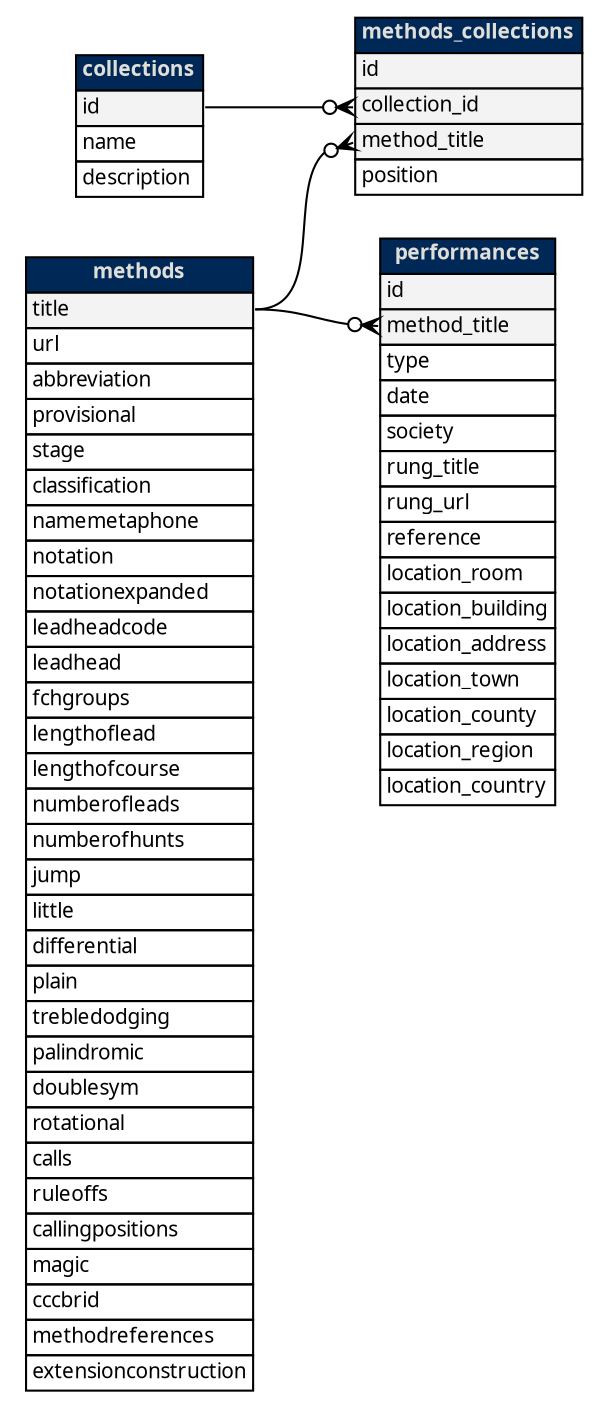
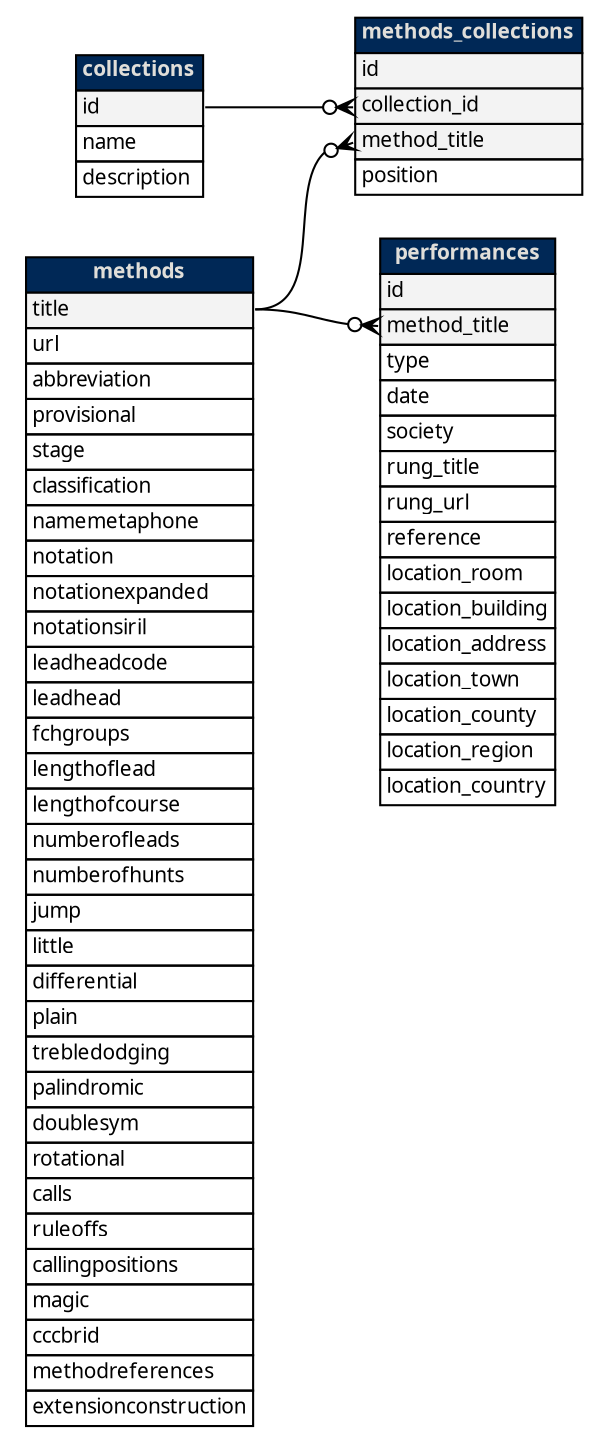
// Generated by SchemaSpy, then modified
digraph "largeRelationshipsDiagram" {
  graph [
    rankdir="RL"
    bgcolor="#FFFFFF"
    labeljust="l"
    nodesep="0.18"
    ranksep="0.46"
    fontname="Lucida Sans,sans-serif"
    fontsize="10"
  ];
  node [
    fontname="Lucida Sans,sans-serif"
    fontsize="10"
    shape="plaintext"
  ];
  edge [
    arrowsize="0.8"
  ];
  "collections" [
    label=<
    <TABLE BORDER="0" CELLBORDER="1" CELLSPACING="0" BGCOLOR="#ffffff">
      <TR><TD COLSPAN="3" BGCOLOR="#002856" ALIGN="CENTER"><FONT COLOR="#E0DED9"><B>collections</B></FONT></TD></TR>
      <TR><TD PORT="id" COLSPAN="3" BGCOLOR="#F3F3F3" ALIGN="LEFT">id</TD></TR>
      <TR><TD PORT="name" COLSPAN="3" ALIGN="LEFT">name</TD></TR>
      <TR><TD PORT="description" COLSPAN="3" ALIGN="LEFT">description</TD></TR>
    </TABLE>>
    URL="tables/collections.html"
    tooltip="collections"
  ];
  "methods" [
    label=<
    <TABLE BORDER="0" CELLBORDER="1" CELLSPACING="0" BGCOLOR="#ffffff">
      <TR><TD COLSPAN="3" BGCOLOR="#002856" ALIGN="CENTER"><FONT COLOR="#E0DED9"><B>methods</B></FONT></TD></TR>
      <TR><TD PORT="title" COLSPAN="3" BGCOLOR="#F3F3F3" ALIGN="LEFT">title</TD></TR>
      <TR><TD PORT="url" COLSPAN="3" ALIGN="LEFT">url</TD></TR>
      <TR><TD PORT="abbreviation" COLSPAN="3" ALIGN="LEFT">abbreviation</TD></TR>
      <TR><TD PORT="provisional" COLSPAN="3" ALIGN="LEFT">provisional</TD></TR>
      <TR><TD PORT="stage" COLSPAN="3" ALIGN="LEFT">stage</TD></TR>
      <TR><TD PORT="classification" COLSPAN="3" ALIGN="LEFT">classification</TD></TR>
      <TR><TD PORT="namemetaphone" COLSPAN="3" ALIGN="LEFT">namemetaphone</TD></TR>
      <TR><TD PORT="notation" COLSPAN="3" ALIGN="LEFT">notation</TD></TR>
      <TR><TD PORT="notationexpanded" COLSPAN="3" ALIGN="LEFT">notationexpanded</TD></TR>
+       <TR><TD PORT="notationsiril" COLSPAN="3" ALIGN="LEFT">notationsiril</TD></TR>
      <TR><TD PORT="leadheadcode" COLSPAN="3" ALIGN="LEFT">leadheadcode</TD></TR>
      <TR><TD PORT="leadhead" COLSPAN="3" ALIGN="LEFT">leadhead</TD></TR>
      <TR><TD PORT="fchgroups" COLSPAN="3" ALIGN="LEFT">fchgroups</TD></TR>
      <TR><TD PORT="lengthoflead" COLSPAN="3" ALIGN="LEFT">lengthoflead</TD></TR>
      <TR><TD PORT="lengthofcourse" COLSPAN="3" ALIGN="LEFT">lengthofcourse</TD></TR>
      <TR><TD PORT="numberofleads" COLSPAN="3" ALIGN="LEFT">numberofleads</TD></TR>
      <TR><TD PORT="numberofhunts" COLSPAN="3" ALIGN="LEFT">numberofhunts</TD></TR>
      <TR><TD PORT="jump" COLSPAN="3" ALIGN="LEFT">jump</TD></TR>
      <TR><TD PORT="little" COLSPAN="3" ALIGN="LEFT">little</TD></TR>
      <TR><TD PORT="differential" COLSPAN="3" ALIGN="LEFT">differential</TD></TR>
      <TR><TD PORT="plain" COLSPAN="3" ALIGN="LEFT">plain</TD></TR>
      <TR><TD PORT="trebledodging" COLSPAN="3" ALIGN="LEFT">trebledodging</TD></TR>
      <TR><TD PORT="palindromic" COLSPAN="3" ALIGN="LEFT">palindromic</TD></TR>
      <TR><TD PORT="doublesym" COLSPAN="3" ALIGN="LEFT">doublesym</TD></TR>
      <TR><TD PORT="rotational" COLSPAN="3" ALIGN="LEFT">rotational</TD></TR>
      <TR><TD PORT="calls" COLSPAN="3" ALIGN="LEFT">calls</TD></TR>
      <TR><TD PORT="ruleoffs" COLSPAN="3" ALIGN="LEFT">ruleoffs</TD></TR>
      <TR><TD PORT="callingpositions" COLSPAN="3" ALIGN="LEFT">callingpositions</TD></TR>
      <TR><TD PORT="magic" COLSPAN="3" ALIGN="LEFT">magic</TD></TR>
      <TR><TD PORT="cccbrid" COLSPAN="3" ALIGN="LEFT">cccbrid</TD></TR>
      <TR><TD PORT="methodreferences" COLSPAN="3" ALIGN="LEFT">methodreferences</TD></TR>
      <TR><TD PORT="extensionconstruction" COLSPAN="3" ALIGN="LEFT">extensionconstruction</TD></TR>
    </TABLE>>
    URL="tables/methods.html"
    tooltip="methods"
  ];
  "methods_collections" [
    label=<
    <TABLE BORDER="0" CELLBORDER="1" CELLSPACING="0" BGCOLOR="#ffffff">
      <TR><TD COLSPAN="3" BGCOLOR="#002856" ALIGN="CENTER"><FONT COLOR="#E0DED9"><B>methods_collections</B></FONT></TD></TR>
      <TR><TD PORT="id" COLSPAN="3" BGCOLOR="#F3F3F3" ALIGN="LEFT">id</TD></TR>
      <TR><TD PORT="collection_id" COLSPAN="3" BGCOLOR="#F3F3F3" ALIGN="LEFT">collection_id</TD></TR>
      <TR><TD PORT="method_title" COLSPAN="3" BGCOLOR="#F3F3F3" ALIGN="LEFT">method_title</TD></TR>
      <TR><TD PORT="position" COLSPAN="3" ALIGN="LEFT">position</TD></TR>
    </TABLE>>
    URL="tables/methods_collections.html"
    tooltip="methods_collections"
  ];
  "performances" [
    label=<
    <TABLE BORDER="0" CELLBORDER="1" CELLSPACING="0" BGCOLOR="#ffffff">
      <TR><TD COLSPAN="3" BGCOLOR="#002856" ALIGN="CENTER"><FONT COLOR="#E0DED9"><B>performances</B></FONT></TD></TR>
      <TR><TD PORT="id" COLSPAN="3" BGCOLOR="#F3F3F3" ALIGN="LEFT">id</TD></TR>
      <TR><TD PORT="method_title" COLSPAN="3" BGCOLOR="#F3F3F3" ALIGN="LEFT">method_title</TD></TR>
      <TR><TD PORT="type" COLSPAN="3" ALIGN="LEFT">type</TD></TR>
      <TR><TD PORT="date" COLSPAN="3" ALIGN="LEFT">date</TD></TR>
      <TR><TD PORT="society" COLSPAN="3" ALIGN="LEFT">society</TD></TR>
      <TR><TD PORT="rung_title" COLSPAN="3" ALIGN="LEFT">rung_title</TD></TR>
      <TR><TD PORT="rung_url" COLSPAN="3" ALIGN="LEFT">rung_url</TD></TR>
      <TR><TD PORT="reference" COLSPAN="3" ALIGN="LEFT">reference</TD></TR>
      <TR><TD PORT="location_room" COLSPAN="3" ALIGN="LEFT">location_room</TD></TR>
      <TR><TD PORT="location_building" COLSPAN="3" ALIGN="LEFT">location_building</TD></TR>
      <TR><TD PORT="location_address" COLSPAN="3" ALIGN="LEFT">location_address</TD></TR>
      <TR><TD PORT="location_town" COLSPAN="3" ALIGN="LEFT">location_town</TD></TR>
      <TR><TD PORT="location_county" COLSPAN="3" ALIGN="LEFT">location_county</TD></TR>
      <TR><TD PORT="location_region" COLSPAN="3" ALIGN="LEFT">location_region</TD></TR>
      <TR><TD PORT="location_country" COLSPAN="3" ALIGN="LEFT">location_country</TD></TR>
    </TABLE>>
    URL="tables/performances.html"
    tooltip="performances"
  ];
  "methods_collections":"collection_id":w -> "collections":"id":e [arrowhead=none dir=back arrowtail=crowodot];
  "methods_collections":"method_title":w -> "methods":"title":e [arrowhead=none dir=back arrowtail=crowodot];
  "performances":"method_title":w -> "methods":"title":e [arrowhead=none dir=back arrowtail=crowodot];
}
